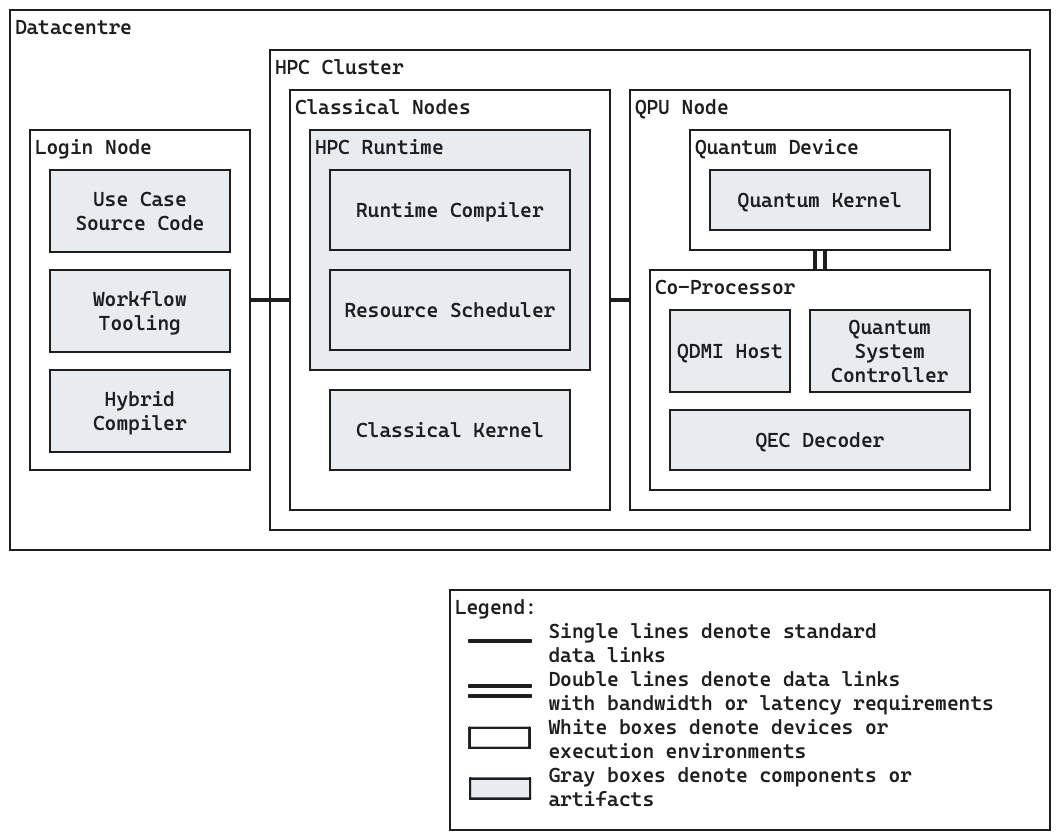
The Excalidraw diagram docs/images/Deployment-HPC.excalidraw.png in FullStaQD/architecture, before a commit. Source tidied: one line per element, renumbered; positions are measured from the earlier drawing's top-left corner, leaving out a move shared by most shapes.
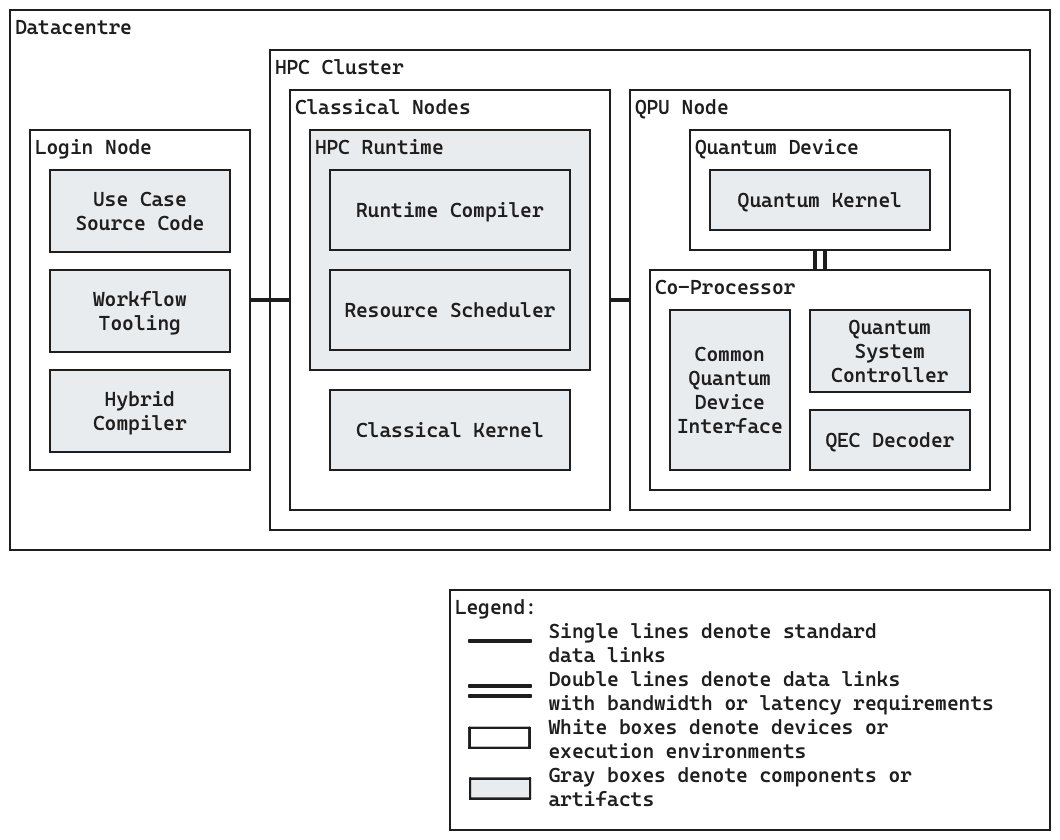
The same diagram one commit later.

Commit message:
docs(deployment): rename QDMI host to Common Quantum Device Interface

This change is in line with a generalisation in the building block view.

The edit, as a diff of the source:
```diff
@@ -41,7 +41,7 @@
 {"id": 40, "type": "text", "text": "Quantum Kernel", "strokeColor": "#1e1e1e", "backgroundColor": "#ffffff", "fillStyle": "solid", "strokeWidth": 1, "roughness": 0, "fontSize": 20, "fontFamily": 3, "textAlign": "center", "verticalAlign": "middle", "inside": 39, "x": 728, "y": 178, "width": 164, "height": 24}
 {"id": 41, "type": "rectangle", "strokeColor": "#1e1e1e", "backgroundColor": "#e9ecef", "fillStyle": "solid", "strokeWidth": 1, "roughness": 0, "x": 800, "y": 300, "width": 160, "height": 82}
 {"id": 42, "type": "text", "text": "Quantum\nSystem\nController", "strokeColor": "#1e1e1e", "backgroundColor": "#ffffff", "fillStyle": "solid", "strokeWidth": 1, "roughness": 0, "fontSize": 20, "fontFamily": 3, "textAlign": "center", "verticalAlign": "middle", "inside": 41, "x": 821, "y": 305, "width": 117, "height": 72}
-{"id": 43, "type": "rectangle", "strokeColor": "#1e1e1e", "backgroundColor": "#e9ecef", "fillStyle": "solid", "strokeWidth": 1, "roughness": 0, "x": 660, "y": 400, "width": 300, "height": 60}
+{"id": 43, "type": "rectangle", "strokeColor": "#1e1e1e", "backgroundColor": "#e9ecef", "fillStyle": "solid", "strokeWidth": 1, "roughness": 0, "x": 800, "y": 400, "width": 160, "height": 60}
-{"id": 44, "type": "text", "text": "QEC Decoder", "strokeColor": "#1e1e1e", "backgroundColor": "#ffffff", "fillStyle": "solid", "strokeWidth": 1, "roughness": 0, "fontSize": 20, "fontFamily": 3, "textAlign": "center", "verticalAlign": "middle", "inside": 43, "x": 746, "y": 418, "width": 129, "height": 24}
+{"id": 44, "type": "text", "text": "QEC Decoder", "strokeColor": "#1e1e1e", "backgroundColor": "#ffffff", "fillStyle": "solid", "strokeWidth": 1, "roughness": 0, "fontSize": 20, "fontFamily": 3, "textAlign": "center", "verticalAlign": "middle", "inside": 43, "x": 816, "y": 418, "width": 129, "height": 24}
-{"id": 45, "type": "rectangle", "strokeColor": "#1e1e1e", "backgroundColor": "#e9ecef", "fillStyle": "solid", "strokeWidth": 1, "roughness": 0, "x": 660, "y": 300, "width": 120, "height": 82}
+{"id": 45, "type": "rectangle", "strokeColor": "#1e1e1e", "backgroundColor": "#e9ecef", "fillStyle": "solid", "strokeWidth": 1, "roughness": 0, "x": 660, "y": 300, "width": 120, "height": 160}
-{"id": 46, "type": "text", "text": "\nQDMI Host\n", "strokeColor": "#1e1e1e", "backgroundColor": "#ffffff", "fillStyle": "solid", "strokeWidth": 1, "roughness": 0, "fontSize": 20, "fontFamily": 3, "textAlign": "center", "verticalAlign": "middle", "inside": 45, "x": 667, "y": 305, "width": 105, "height": 72}
+{"id": 46, "type": "text", "text": "Common\nQuantum\nDevice\nInterface", "strokeColor": "#1e1e1e", "backgroundColor": "#ffffff", "fillStyle": "solid", "strokeWidth": 1, "roughness": 0, "fontSize": 20, "fontFamily": 3, "textAlign": "center", "verticalAlign": "middle", "inside": 45, "x": 667, "y": 332, "width": 105, "height": 96}
```
